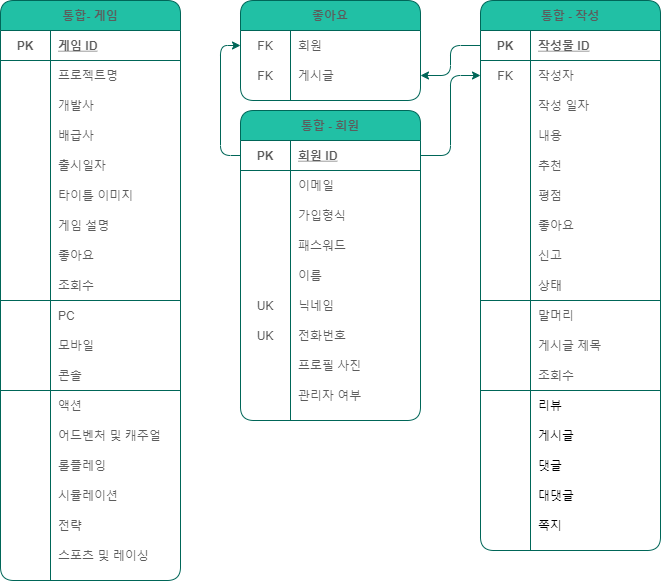
Above: MIMIC-use.drawio.png in Bolgasaliee/SZ.SecondFinal-Database (draw.io), before the change. Source tidied: cells renumbered, new cells last; positions are measured from the earlier drawing's top-left corner, leaving out a move shared by most shapes.
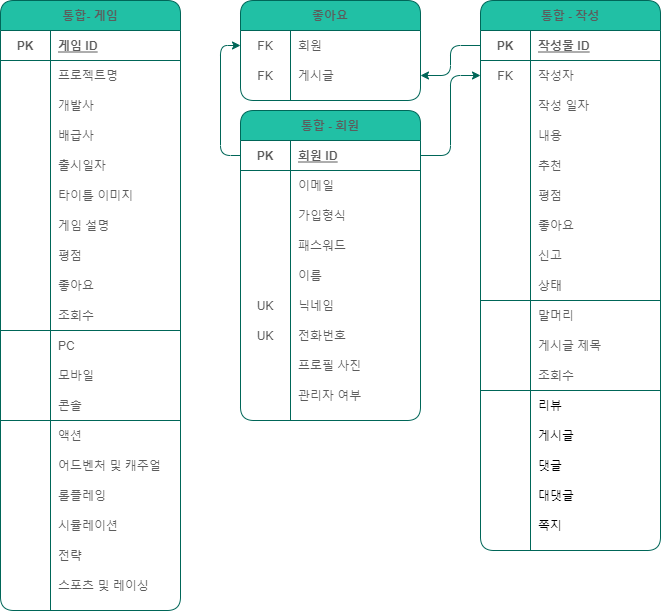
Above is the later version.

Change to the diagram source:
```diff
@@ -102,7 +102,7 @@
       </mxGeometry>
     </mxCell>
     <mxCell id="33" value="통합- 게임" style="shape=table;startSize=30;rowLines=0;fontStyle=1;align=center;fillColor=#21C0A5;strokeColor=#006658;fontColor=#5C5C5C;rounded=1;" parent="1" vertex="1">
-      <mxGeometry width="180" height="580" as="geometry" />
+      <mxGeometry width="180" height="610" as="geometry" />
     </mxCell>
     <mxCell id="34" style="shape=partialRectangle;fillColor=none;top=0;left=0;bottom=1;right=0;points=[[0,0.5],[1,0.5]];portConstraint=eastwest;strokeColor=#006658;fontColor=#5C5C5C;rounded=1;" parent="33" vertex="1">
       <mxGeometry y="30" width="180" height="30" as="geometry" />
@@ -167,8 +167,17 @@
     <mxCell id="54" value="게임 설명" style="shape=partialRectangle;fillColor=none;top=0;left=0;bottom=0;right=0;align=left;spacingLeft=6;overflow=hidden;strokeColor=#006658;fontColor=#5C5C5C;rounded=1;" parent="52" vertex="1">
       <mxGeometry x="50" width="130" height="30" as="geometry" />
     </mxCell>
+    <mxCell id="151" style="shape=partialRectangle;fillColor=none;top=0;left=0;bottom=0;right=0;strokeColor=#006658;fontColor=#5C5C5C;rounded=1;" parent="33" vertex="1">
+      <mxGeometry y="240" width="180" height="30" as="geometry" />
+    </mxCell>
+    <mxCell id="152" style="shape=partialRectangle;fillColor=none;top=0;left=0;bottom=0;right=0;overflow=hidden;strokeColor=#006658;fontColor=#5C5C5C;rounded=1;" parent="151" vertex="1">
+      <mxGeometry width="50" height="30" as="geometry" />
+    </mxCell>
+    <mxCell id="153" value="평점" style="shape=partialRectangle;fillColor=none;top=0;left=0;bottom=0;right=0;align=left;spacingLeft=6;overflow=hidden;strokeColor=#006658;fontColor=#5C5C5C;rounded=1;" parent="151" vertex="1">
+      <mxGeometry x="50" width="130" height="30" as="geometry" />
+    </mxCell>
     <mxCell id="55" style="shape=partialRectangle;fillColor=none;top=0;left=0;bottom=0;right=0;strokeColor=#006658;fontColor=#5C5C5C;rounded=1;" parent="33" vertex="1">
-      <mxGeometry y="240" width="180" height="30" as="geometry" />
+      <mxGeometry y="270" width="180" height="30" as="geometry" />
     </mxCell>
     <mxCell id="56" style="shape=partialRectangle;fillColor=none;top=0;left=0;bottom=0;right=0;overflow=hidden;strokeColor=#006658;fontColor=#5C5C5C;rounded=1;" parent="55" vertex="1">
       <mxGeometry width="50" height="30" as="geometry" />
@@ -177,7 +186,7 @@
       <mxGeometry x="50" width="130" height="30" as="geometry" />
     </mxCell>
     <mxCell id="58" style="shape=partialRectangle;fillColor=none;top=0;left=0;bottom=1;right=0;strokeColor=#006658;fontColor=#5C5C5C;rounded=1;" parent="33" vertex="1">
-      <mxGeometry y="270" width="180" height="30" as="geometry" />
+      <mxGeometry y="300" width="180" height="30" as="geometry" />
     </mxCell>
     <mxCell id="59" style="shape=partialRectangle;fillColor=none;top=0;left=0;bottom=0;right=0;fontStyle=1;overflow=hidden;strokeColor=#006658;fontColor=#5C5C5C;rounded=1;" parent="58" vertex="1">
       <mxGeometry width="50" height="30" as="geometry" />
@@ -186,7 +195,7 @@
       <mxGeometry x="50" width="130" height="30" as="geometry" />
     </mxCell>
     <mxCell id="61" style="shape=partialRectangle;fillColor=none;top=0;left=0;bottom=0;right=0;strokeColor=#006658;fontColor=#5C5C5C;rounded=1;" parent="33" vertex="1">
-      <mxGeometry y="300" width="180" height="30" as="geometry" />
+      <mxGeometry y="330" width="180" height="30" as="geometry" />
     </mxCell>
     <mxCell id="62" style="shape=partialRectangle;fillColor=none;top=0;left=0;bottom=0;right=0;overflow=hidden;strokeColor=#006658;fontColor=#5C5C5C;rounded=1;" parent="61" vertex="1">
       <mxGeometry width="50" height="30" as="geometry" />
@@ -195,7 +204,7 @@
       <mxGeometry x="50" width="130" height="30" as="geometry" />
     </mxCell>
     <mxCell id="64" style="shape=partialRectangle;fillColor=none;top=0;left=0;bottom=0;right=0;strokeColor=#006658;fontColor=#5C5C5C;rounded=1;" parent="33" vertex="1">
-      <mxGeometry y="330" width="180" height="30" as="geometry" />
+      <mxGeometry y="360" width="180" height="30" as="geometry" />
     </mxCell>
     <mxCell id="65" style="shape=partialRectangle;fillColor=none;top=0;left=0;bottom=0;right=0;overflow=hidden;strokeColor=#006658;fontColor=#5C5C5C;rounded=1;" parent="64" vertex="1">
       <mxGeometry width="50" height="30" as="geometry" />
@@ -204,7 +213,7 @@
       <mxGeometry x="50" width="130" height="30" as="geometry" />
     </mxCell>
     <mxCell id="67" style="shape=partialRectangle;fillColor=none;top=0;left=0;bottom=1;right=0;strokeColor=#006658;fontColor=#5C5C5C;rounded=1;" parent="33" vertex="1">
-      <mxGeometry y="360" width="180" height="30" as="geometry" />
+      <mxGeometry y="390" width="180" height="30" as="geometry" />
     </mxCell>
     <mxCell id="68" style="shape=partialRectangle;fillColor=none;top=0;left=0;bottom=0;right=0;fontStyle=1;overflow=hidden;strokeColor=#006658;fontColor=#5C5C5C;rounded=1;" parent="67" vertex="1">
       <mxGeometry width="50" height="30" as="geometry" />
@@ -213,7 +222,7 @@
       <mxGeometry x="50" width="130" height="30" as="geometry" />
     </mxCell>
     <mxCell id="70" style="shape=partialRectangle;fillColor=none;top=0;left=0;bottom=0;right=0;strokeColor=#006658;fontColor=#5C5C5C;rounded=1;" parent="33" vertex="1">
-      <mxGeometry y="390" width="180" height="30" as="geometry" />
+      <mxGeometry y="420" width="180" height="30" as="geometry" />
     </mxCell>
     <mxCell id="71" style="shape=partialRectangle;fillColor=none;top=0;left=0;bottom=0;right=0;overflow=hidden;strokeColor=#006658;fontColor=#5C5C5C;rounded=1;" parent="70" vertex="1">
       <mxGeometry width="50" height="30" as="geometry" />
@@ -222,7 +231,7 @@
       <mxGeometry x="50" width="130" height="30" as="geometry" />
     </mxCell>
     <mxCell id="73" style="shape=partialRectangle;fillColor=none;top=0;left=0;bottom=0;right=0;strokeColor=#006658;fontColor=#5C5C5C;rounded=1;" parent="33" vertex="1">
-      <mxGeometry y="420" width="180" height="30" as="geometry" />
+      <mxGeometry y="450" width="180" height="30" as="geometry" />
     </mxCell>
     <mxCell id="74" style="shape=partialRectangle;fillColor=none;top=0;left=0;bottom=0;right=0;overflow=hidden;strokeColor=#006658;fontColor=#5C5C5C;rounded=1;" parent="73" vertex="1">
       <mxGeometry width="50" height="30" as="geometry" />
@@ -231,7 +240,7 @@
       <mxGeometry x="50" width="130" height="30" as="geometry" />
     </mxCell>
     <mxCell id="76" style="shape=partialRectangle;fillColor=none;top=0;left=0;bottom=0;right=0;strokeColor=#006658;fontColor=#5C5C5C;rounded=1;" parent="33" vertex="1">
-      <mxGeometry y="450" width="180" height="30" as="geometry" />
+      <mxGeometry y="480" width="180" height="30" as="geometry" />
     </mxCell>
     <mxCell id="77" style="shape=partialRectangle;fillColor=none;top=0;left=0;bottom=0;right=0;overflow=hidden;strokeColor=#006658;fontColor=#5C5C5C;rounded=1;" parent="76" vertex="1">
       <mxGeometry width="50" height="30" as="geometry" />
@@ -240,7 +249,7 @@
       <mxGeometry x="50" width="130" height="30" as="geometry" />
     </mxCell>
     <mxCell id="79" style="shape=partialRectangle;fillColor=none;top=0;left=0;bottom=0;right=0;strokeColor=#006658;fontColor=#5C5C5C;rounded=1;" parent="33" vertex="1">
-      <mxGeometry y="480" width="180" height="30" as="geometry" />
+      <mxGeometry y="510" width="180" height="30" as="geometry" />
     </mxCell>
     <mxCell id="80" style="shape=partialRectangle;fillColor=none;top=0;left=0;bottom=0;right=0;overflow=hidden;strokeColor=#006658;fontColor=#5C5C5C;rounded=1;" parent="79" vertex="1">
       <mxGeometry width="50" height="30" as="geometry" />
@@ -249,7 +258,7 @@
       <mxGeometry x="50" width="130" height="30" as="geometry" />
     </mxCell>
     <mxCell id="82" style="shape=partialRectangle;fillColor=none;top=0;left=0;bottom=0;right=0;strokeColor=#006658;fontColor=#5C5C5C;rounded=1;" parent="33" vertex="1">
-      <mxGeometry y="510" width="180" height="30" as="geometry" />
+      <mxGeometry y="540" width="180" height="30" as="geometry" />
     </mxCell>
     <mxCell id="83" style="shape=partialRectangle;fillColor=none;top=0;left=0;bottom=0;right=0;overflow=hidden;strokeColor=#006658;fontColor=#5C5C5C;rounded=1;" parent="82" vertex="1">
       <mxGeometry width="50" height="30" as="geometry" />
@@ -258,7 +267,7 @@
       <mxGeometry x="50" width="130" height="30" as="geometry" />
     </mxCell>
     <mxCell id="85" style="shape=partialRectangle;fillColor=none;top=0;left=0;bottom=0;right=0;strokeColor=#006658;fontColor=#5C5C5C;rounded=1;" parent="33" vertex="1">
-      <mxGeometry y="540" width="180" height="30" as="geometry" />
+      <mxGeometry y="570" width="180" height="30" as="geometry" />
     </mxCell>
     <mxCell id="86" style="shape=partialRectangle;fillColor=none;top=0;left=0;bottom=0;right=0;overflow=hidden;strokeColor=#006658;fontColor=#5C5C5C;rounded=1;" parent="85" vertex="1">
       <mxGeometry width="50" height="30" as="geometry" />
```
